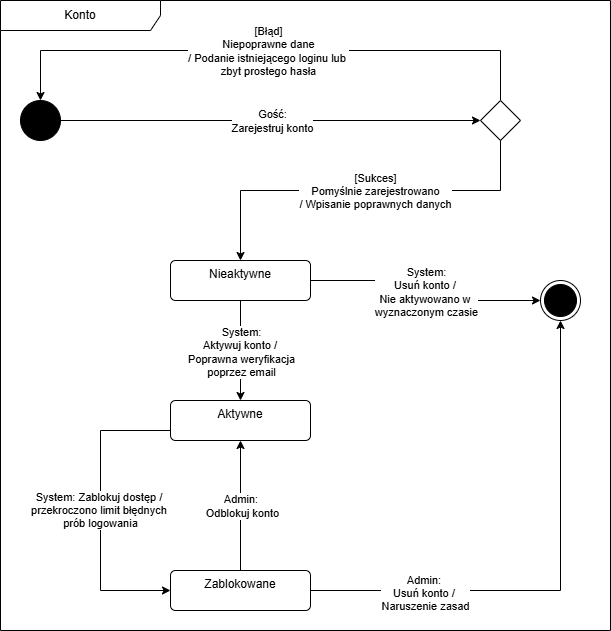
Before: sumatywny/etap1/img/sd_account.png, a diagram exported from draw.io (jkozlowsky/antiplagiarism-system). Source tidied: cells renumbered, new cells last; positions are measured from the earlier drawing's top-left corner, leaving out a move shared by most shapes. Its diagram source:
```xml
<mxGraphModel>
  <root>
    <mxCell id="0" />
    <mxCell id="1" parent="0" />
    <mxCell id="2" style="ellipse;fillColor=strokeColor;html=1;" parent="1" vertex="1">
      <mxGeometry x="20" y="100" width="40" height="40" as="geometry" />
    </mxCell>
    <mxCell id="3" style="endArrow=classic;startArrow=none;endFill=1;startFill=0;endSize=6;html=1;verticalAlign=bottom;labelBackgroundColor=none;strokeWidth=1;rounded=0;edgeStyle=orthogonalEdgeStyle;" parent="1" edge="1" source="2" target="21">
      <mxGeometry relative="1" as="geometry" />
    </mxCell>
    <mxCell id="4" value="Gość:&lt;div&gt;Zarejestruj konto&lt;/div&gt;" style="edgeLabel;html=1;align=center;verticalAlign=middle;fontSize=11;labelBackgroundColor=default;" parent="3" vertex="1">
      <mxGeometry x="0.01" y="2" relative="1" as="geometry">
        <mxPoint x="-2" y="2" as="offset" />
      </mxGeometry>
    </mxCell>
    <mxCell id="5" style="edgeStyle=orthogonalEdgeStyle;rounded=0;jettySize=auto;html=1;exitX=1;exitY=0.5;exitDx=0;exitDy=0;" parent="1" edge="1" source="22" target="7">
      <mxGeometry relative="1" as="geometry" />
    </mxCell>
    <mxCell id="6" value="System:&lt;div&gt;Usuń konto /&amp;nbsp;&lt;div&gt;Nie aktywowano w&amp;nbsp;&lt;/div&gt;&lt;div&gt;wyznaczonym czasie&lt;/div&gt;&lt;/div&gt;" style="edgeLabel;html=1;align=center;verticalAlign=middle;" parent="5" vertex="1">
      <mxGeometry x="0.01" relative="1" as="geometry" />
    </mxCell>
    <mxCell id="7" style="ellipse;html=1;shape=endState;fillColor=strokeColor;" parent="1" vertex="1">
      <mxGeometry x="540" y="280" width="40" height="40" as="geometry" />
    </mxCell>
    <mxCell id="8" style="edgeStyle=orthogonalEdgeStyle;rounded=0;jettySize=auto;html=1;" parent="1" edge="1" source="21" target="2">
      <mxGeometry relative="1" as="geometry">
        <Array as="points">
          <mxPoint x="500" y="50" />
          <mxPoint x="40" y="50" />
        </Array>
      </mxGeometry>
    </mxCell>
    <mxCell id="9" value="&lt;div&gt;[Błąd]&lt;/div&gt;&lt;div&gt;Niepoprawne&amp;nbsp;&lt;span style=&quot;background-color: light-dark(#ffffff, var(--ge-dark-color, #121212)); color: light-dark(rgb(0, 0, 0), rgb(255, 255, 255));&quot;&gt;dane&lt;/span&gt;&lt;/div&gt;&lt;div&gt;&lt;span style=&quot;background-color: light-dark(#ffffff, var(--ge-dark-color, #121212)); color: light-dark(rgb(0, 0, 0), rgb(255, 255, 255));&quot;&gt;/ Podanie istniejącego loginu lub&amp;nbsp;&lt;/span&gt;&lt;/div&gt;&lt;div&gt;&lt;span style=&quot;background-color: light-dark(#ffffff, var(--ge-dark-color, #121212)); color: light-dark(rgb(0, 0, 0), rgb(255, 255, 255));&quot;&gt;zbyt prostego hasła&lt;/span&gt;&lt;/div&gt;" style="edgeLabel;html=1;align=center;verticalAlign=middle;" parent="8" vertex="1">
      <mxGeometry x="0.01" relative="1" as="geometry" />
    </mxCell>
    <mxCell id="10" style="edgeStyle=orthogonalEdgeStyle;rounded=0;jettySize=auto;html=1;" parent="1" edge="1" source="12" target="19">
      <mxGeometry relative="1" as="geometry">
        <Array as="points">
          <mxPoint x="100" y="430" />
          <mxPoint x="100" y="590" />
        </Array>
      </mxGeometry>
    </mxCell>
    <mxCell id="11" value="System: Zablokuj dostęp /&amp;nbsp;&lt;div&gt;przekroczono limit błędnych&amp;nbsp;&lt;/div&gt;&lt;div&gt;prób logowania&lt;/div&gt;" style="edgeLabel;html=1;align=center;verticalAlign=middle;" parent="10" vertex="1">
      <mxGeometry x="-0.01" y="-1" relative="1" as="geometry" />
    </mxCell>
    <mxCell id="12" value="Aktywne" style="html=1;align=center;verticalAlign=top;rounded=1;absoluteArcSize=1;arcSize=10;dashed=0;whiteSpace=wrap;" parent="1" vertex="1">
      <mxGeometry x="170" y="400" width="140" height="40" as="geometry" />
    </mxCell>
    <mxCell id="13" style="edgeStyle=orthogonalEdgeStyle;rounded=0;jettySize=auto;html=1;" parent="1" edge="1" source="22" target="12">
      <mxGeometry relative="1" as="geometry" />
    </mxCell>
    <mxCell id="14" value="System:&lt;div&gt;Aktywuj konto /&amp;nbsp;&lt;/div&gt;&lt;div&gt;Poprawna&amp;nbsp;&lt;span style=&quot;background-color: light-dark(#ffffff, var(--ge-dark-color, #121212)); color: light-dark(rgb(0, 0, 0), rgb(255, 255, 255));&quot;&gt;weryfikacja&lt;/span&gt;&lt;/div&gt;&lt;div&gt;poprzez email&lt;/div&gt;" style="edgeLabel;html=1;align=center;verticalAlign=middle;" parent="13" vertex="1">
      <mxGeometry x="0.01" relative="1" as="geometry" />
    </mxCell>
    <mxCell id="15" style="edgeStyle=orthogonalEdgeStyle;rounded=0;jettySize=auto;html=1;" parent="1" edge="1" source="19" target="12">
      <mxGeometry relative="1" as="geometry">
        <Array as="points">
          <mxPoint x="240" y="500" />
          <mxPoint x="240" y="500" />
        </Array>
      </mxGeometry>
    </mxCell>
    <mxCell id="16" value="Admin:&amp;nbsp;&lt;div&gt;Odblokuj konto&lt;/div&gt;" style="edgeLabel;html=1;align=center;verticalAlign=middle;" parent="15" vertex="1">
      <mxGeometry y="-1" relative="1" as="geometry" />
    </mxCell>
    <mxCell id="17" style="edgeStyle=orthogonalEdgeStyle;rounded=0;jettySize=auto;html=1;exitX=1;exitY=0.5;exitDx=0;exitDy=0;" parent="1" edge="1" source="19" target="7">
      <mxGeometry relative="1" as="geometry" />
    </mxCell>
    <mxCell id="18" value="Admin:&amp;nbsp;&lt;div&gt;Usuń konto /&amp;nbsp;&lt;div&gt;Naruszenie zasad&lt;/div&gt;&lt;/div&gt;" style="edgeLabel;html=1;align=center;verticalAlign=middle;" parent="17" vertex="1">
      <mxGeometry x="-0.56" y="-2" relative="1" as="geometry" />
    </mxCell>
    <mxCell id="19" value="Zablokowane" style="html=1;align=center;verticalAlign=top;rounded=1;absoluteArcSize=1;arcSize=10;dashed=0;whiteSpace=wrap;" parent="1" vertex="1">
      <mxGeometry x="170" y="570" width="140" height="40" as="geometry" />
    </mxCell>
    <mxCell id="20" value="Konto" style="shape=umlFrame;whiteSpace=wrap;html=1;width=160;" parent="1" vertex="1">
      <mxGeometry width="610" height="630" as="geometry" />
    </mxCell>
    <mxCell id="21" style="rhombus;" parent="20" vertex="1">
      <mxGeometry x="480" y="100" width="40" height="40" as="geometry" />
    </mxCell>
    <mxCell id="22" value="Nieaktywne" style="html=1;align=center;verticalAlign=top;rounded=1;absoluteArcSize=1;arcSize=10;dashed=0;whiteSpace=wrap;" parent="20" vertex="1">
      <mxGeometry x="170" y="260" width="140" height="40" as="geometry" />
    </mxCell>
    <mxCell id="23" style="edgeStyle=orthogonalEdgeStyle;rounded=0;jettySize=auto;html=1;" parent="20" edge="1" source="21" target="22">
      <mxGeometry relative="1" as="geometry">
        <Array as="points">
          <mxPoint x="500" y="190" />
          <mxPoint x="240" y="190" />
        </Array>
      </mxGeometry>
    </mxCell>
    <mxCell id="24" value="[Sukces]&lt;div&gt;Pomyślnie&amp;nbsp;&lt;span style=&quot;background-color: light-dark(#ffffff, var(--ge-dark-color, #121212)); color: light-dark(rgb(0, 0, 0), rgb(255, 255, 255));&quot;&gt;zarejestrowano&lt;/span&gt;&lt;/div&gt;&lt;div&gt;/ Wpisanie poprawnych danych&lt;/div&gt;" style="edgeLabel;html=1;align=center;verticalAlign=middle;" parent="23" vertex="1">
      <mxGeometry x="0.01" relative="1" as="geometry">
        <mxPoint x="16" as="offset" />
      </mxGeometry>
    </mxCell>
  </root>
</mxGraphModel>
```
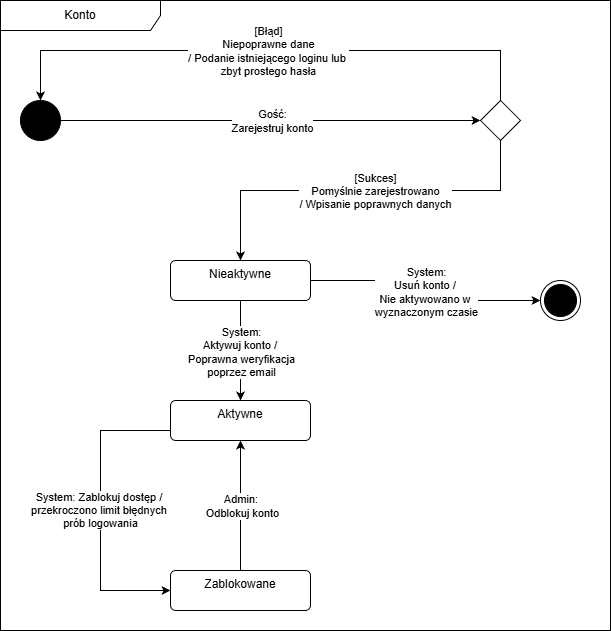
Above is the later version.

Commit message:
SUM: Poprawa diagramu stanów dla konta i aktualizacja opisu (#16)

Change to the diagram source:
```diff
@@ -64,12 +64,6 @@
     <mxCell id="16" value="Admin:&amp;nbsp;&lt;div&gt;Odblokuj konto&lt;/div&gt;" style="edgeLabel;html=1;align=center;verticalAlign=middle;" parent="15" vertex="1">
       <mxGeometry y="-1" relative="1" as="geometry" />
     </mxCell>
-    <mxCell id="17" style="edgeStyle=orthogonalEdgeStyle;rounded=0;jettySize=auto;html=1;exitX=1;exitY=0.5;exitDx=0;exitDy=0;" parent="1" edge="1" source="19" target="7">
-      <mxGeometry relative="1" as="geometry" />
-    </mxCell>
-    <mxCell id="18" value="Admin:&amp;nbsp;&lt;div&gt;Usuń konto /&amp;nbsp;&lt;div&gt;Naruszenie zasad&lt;/div&gt;&lt;/div&gt;" style="edgeLabel;html=1;align=center;verticalAlign=middle;" parent="17" vertex="1">
-      <mxGeometry x="-0.56" y="-2" relative="1" as="geometry" />
-    </mxCell>
     <mxCell id="19" value="Zablokowane" style="html=1;align=center;verticalAlign=top;rounded=1;absoluteArcSize=1;arcSize=10;dashed=0;whiteSpace=wrap;" parent="1" vertex="1">
       <mxGeometry x="170" y="570" width="140" height="40" as="geometry" />
     </mxCell>
```
